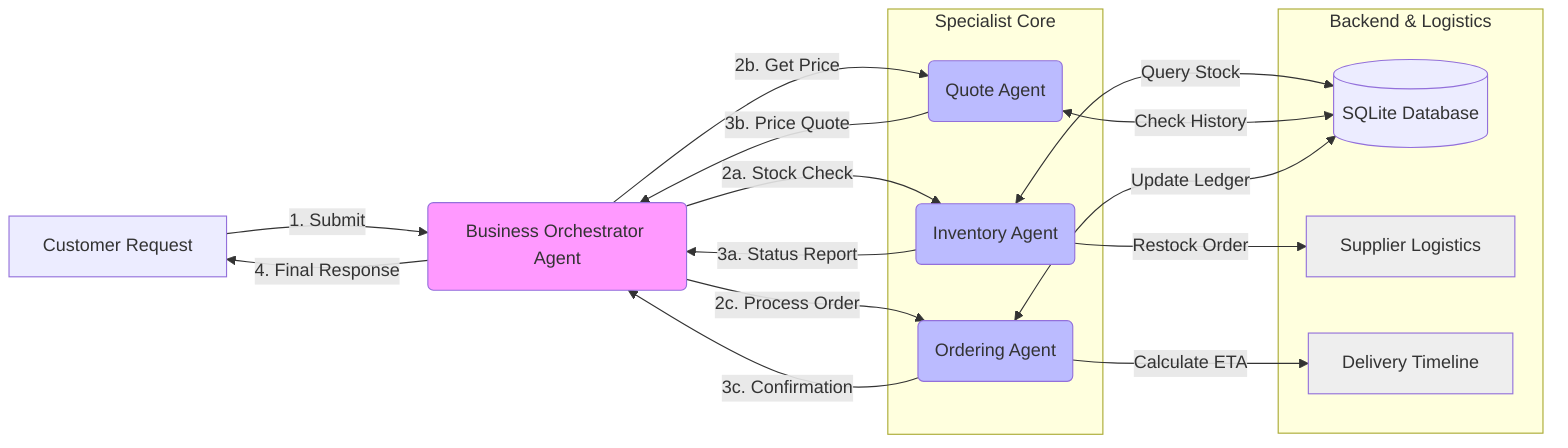
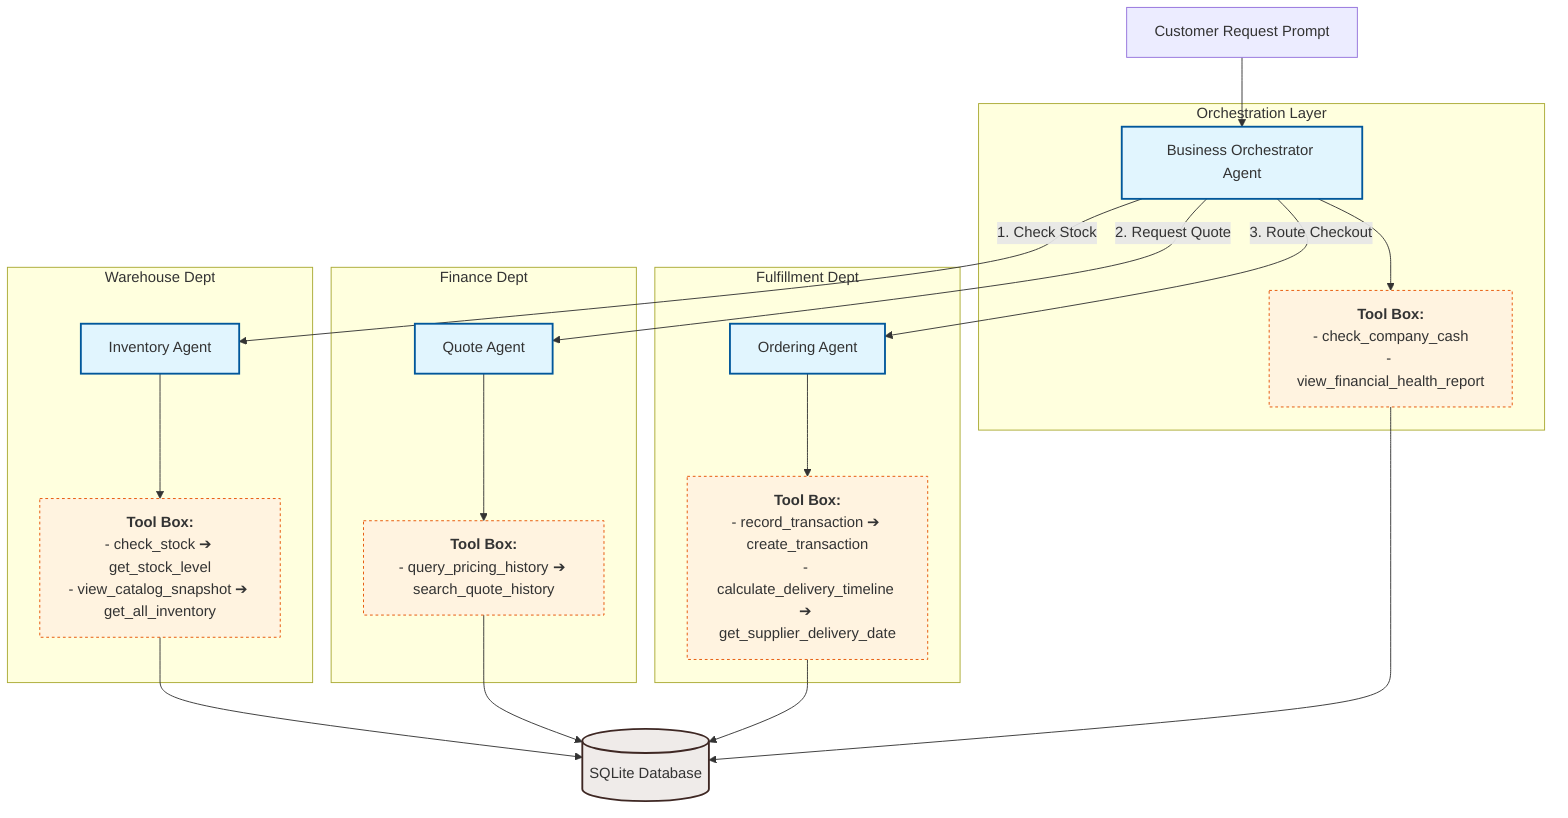
- graph LR
-     %% Define styles
-     classDef orchestrator fill:#f9f;
-     classDef specialist fill:#bbf;
-     classDef external fill:#eee;
+ graph TD
+     classDef agent fill:#e1f5fe,stroke:#01579b,stroke-width:2px;
+     classDef toolbox fill:#fff3e0,stroke:#e65100,stroke-width:1px,stroke-dasharray: 3 3;
+     classDef db fill:#efebe9,stroke:#3e2723,stroke-width:2px;

-     %% Main Ingress
-     User[Customer Request] -->|1. Submit| Orch(Business Orchestrator Agent)
-     class Orch orchestrator;
+     User[Customer Request Prompt] --> Orchestrator

-     %% Agent Layer Subgraph
-     subgraph Core_Agents [Specialist Core]
-         InvAgent(Inventory Agent)
-         QuoteAgent(Quote Agent)
-         TransAgent(Ordering Agent)
+     subgraph Manager_Layer ["Orchestration Layer"]
+         Orchestrator["Business Orchestrator Agent"]:::agent
+         Orchestrator_Tools["<b>Tool Box:</b><br/>- check_company_cash<br/>- view_financial_health_report"]:::toolbox
+         Orchestrator --> Orchestrator_Tools
    end
-     class InvAgent,QuoteAgent,TransAgent specialist;

-     %% Data & Action Subgraph
-     subgraph Systems [Backend & Logistics]
-         DB[(SQLite Database)]
-         Supplier[Supplier Logistics]
-         Timeline[Delivery Timeline]
+     Orchestrator -->|1. Check Stock| InventoryAgent
+     Orchestrator -->|2. Request Quote| QuoteAgent
+     Orchestrator -->|3. Route Checkout| OrderingAgent
+ 
+     subgraph Inventory_Layer ["Warehouse Dept"]
+         InventoryAgent["Inventory Agent"]:::agent
+         Inventory_Tools["<b>Tool Box:</b><br/>- check_stock ➔ get_stock_level<br/>- view_catalog_snapshot ➔ get_all_inventory"]:::toolbox
+         InventoryAgent --> Inventory_Tools
    end
-     class DB database;
-     class Supplier,Timeline external;

-     %% Routing Flow
-     Orch -->|2a. Stock Check| InvAgent
-     Orch -->|2b. Get Price| QuoteAgent
-     Orch -->|2c. Process Order| TransAgent
+     subgraph Quote_Layer ["Finance Dept"]
+         QuoteAgent["Quote Agent"]:::agent
+         Quote_Tools["<b>Tool Box:</b><br/>- query_pricing_history ➔ search_quote_history"]:::toolbox
+         QuoteAgent --> Quote_Tools
+     end

-     %% Tool & DB Flows
-     InvAgent <-->|Query Stock| DB
-     InvAgent -->|Restock Order| Supplier
+     subgraph Ordering_Layer ["Fulfillment Dept"]
+         OrderingAgent["Ordering Agent"]:::agent
+         Ordering_Tools["<b>Tool Box:</b><br/>- record_transaction ➔ create_transaction<br/>- calculate_delivery_timeline ➔ get_supplier_delivery_date"]:::toolbox
+         OrderingAgent --> Ordering_Tools
+     end

-     QuoteAgent <-->|Check History| DB
- 
-     TransAgent <-->|Update Ledger| DB
-     TransAgent -->|Calculate ETA| Timeline
- 
-     %% Response Flow
-     InvAgent -->|3a. Status Report| Orch
-     QuoteAgent -->|3b. Price Quote| Orch
-     TransAgent -->|3c. Confirmation| Orch
- 
-     Orch -->|4. Final Response| User+     Inventory_Tools --> DB[(SQLite Database)]:::db
+     Quote_Tools --> DB
+     Ordering_Tools --> DB
+     Orchestrator_Tools --> DB
